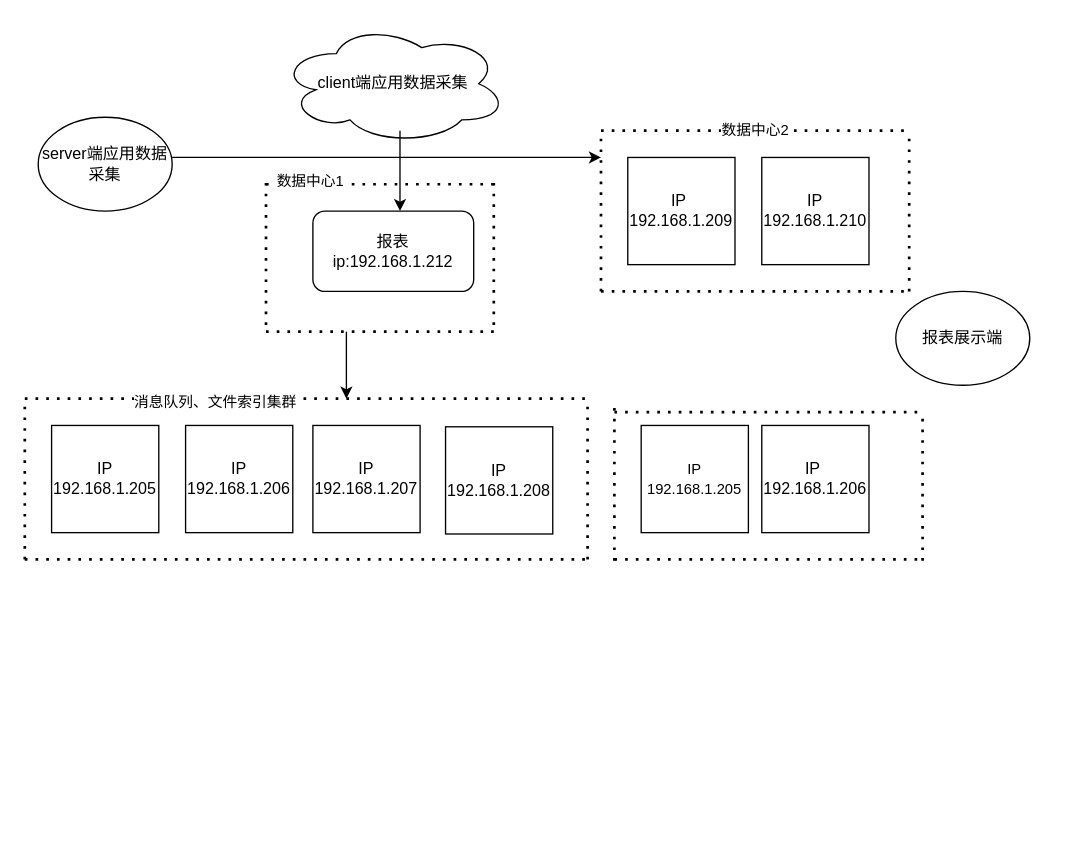
This is Untitled Diagram.drawio from zeng0550/free-programming-books, a draw.io file, before an edit. Source tidied: cells renumbered, new cells numbered last; positions are measured from the earlier drawing's top-left corner, leaving out a move shared by most shapes. Both pictures are drawn from the tidied source at 134%, with x=0, y=0 at pixel (24, 23).
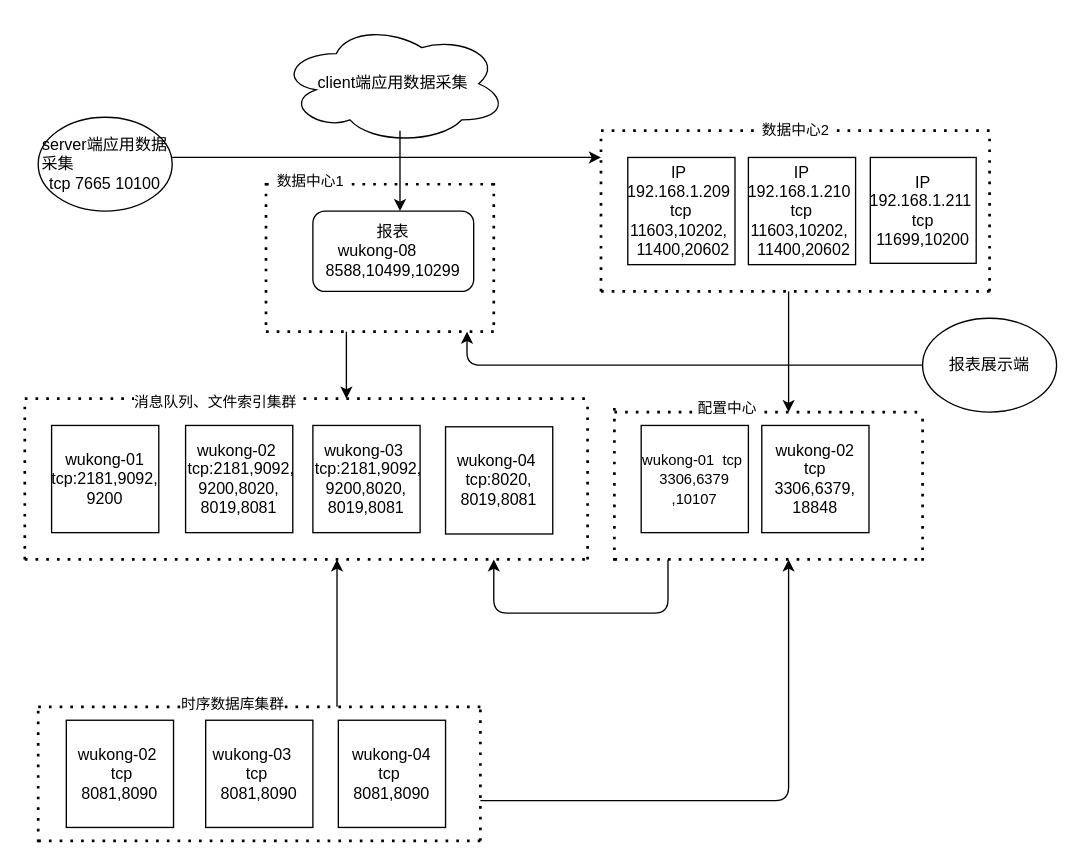
Above is the later version.

Unchanged cells that the change refers to:
```xml
<mxCell id="32" style="endArrow=none;dashed=1;html=1;dashPattern=1 3;strokeWidth=2;" parent="1" edge="1">
  <mxGeometry relative="1" as="geometry">
    <mxPoint x="440" y="290" as="sourcePoint" />
    <mxPoint x="670" y="290" as="targetPoint" />
  </mxGeometry>
</mxCell>
```

The edit, as a diff of the source:
```diff
@@
-    <mxCell id="4" value="报表&lt;br&gt;ip:192.168.1.212" style="rounded=1;whiteSpace=wrap;html=1;" parent="1" vertex="1">
+    <mxCell id="4" value="报表&lt;br&gt;wukong-08&amp;nbsp; &amp;nbsp; &amp;nbsp; &amp;nbsp; 8588,10499,10299" style="rounded=1;whiteSpace=wrap;html=1;" parent="1" vertex="1">
       <mxGeometry x="215" y="140" width="120" height="60" as="geometry" />
     </mxCell>
-    <mxCell id="5" value="server端应用数据采集" style="ellipse;whiteSpace=wrap;html=1;" parent="1" vertex="1">
+    <mxCell id="5" value="server端应用数据采集&amp;nbsp; &amp;nbsp; &amp;nbsp; &amp;nbsp; &amp;nbsp; &amp;nbsp; &amp;nbsp; &amp;nbsp; &amp;nbsp; &amp;nbsp; &amp;nbsp; tcp 7665 10100" style="ellipse;whiteSpace=wrap;html=1;" parent="1" vertex="1">
       <mxGeometry x="10" y="70" width="100" height="70" as="geometry" />
     </mxCell>
-    <mxCell id="6" value="IP&amp;nbsp; 192.168.1.209" style="whiteSpace=wrap;html=1;" parent="1" vertex="1">
+    <mxCell id="6" value="IP&amp;nbsp; 192.168.1.209&amp;nbsp; tcp 11603,10202,&amp;nbsp; &amp;nbsp;11400,20602" style="whiteSpace=wrap;html=1;" parent="1" vertex="1">
       <mxGeometry x="450" y="100" width="80" height="80" as="geometry" />
     </mxCell>
-    <mxCell id="7" value="IP 192.168.1.210" style="whiteSpace=wrap;html=1;" parent="1" vertex="1">
-      <mxGeometry x="550" y="100" width="80" height="80" as="geometry" />
+    <mxCell id="7" value="IP 192.168.1.210&amp;nbsp; tcp 11603,10202,&amp;nbsp; &amp;nbsp;11400,20602" style="whiteSpace=wrap;html=1;" parent="1" vertex="1">
+      <mxGeometry x="540" y="100" width="80" height="80" as="geometry" />
     </mxCell>
@@
     <mxCell id="9" value="数据中心2" style="endArrow=none;dashed=1;html=1;dashPattern=1 3;strokeWidth=2;" parent="1" edge="1">
       <mxGeometry relative="1" as="geometry">
         <mxPoint x="430" y="80" as="sourcePoint" />
-        <mxPoint x="660" y="80" as="targetPoint" />
+        <mxPoint x="720" y="80" as="targetPoint" />
       </mxGeometry>
     </mxCell>
     <mxCell id="10" style="endArrow=none;dashed=1;html=1;dashPattern=1 3;strokeWidth=2;" parent="1" edge="1">
       <mxGeometry relative="1" as="geometry">
         <mxPoint x="430" y="200" as="sourcePoint" />
-        <mxPoint x="660" y="200" as="targetPoint" />
+        <mxPoint x="720" y="200" as="targetPoint" />
       </mxGeometry>
     </mxCell>
     <mxCell id="11" style="endArrow=none;dashed=1;html=1;dashPattern=1 3;strokeWidth=2;" parent="1" edge="1">
       <mxGeometry relative="1" as="geometry">
-        <mxPoint x="660" y="200" as="sourcePoint" />
-        <mxPoint x="660" y="80" as="targetPoint" />
+        <mxPoint x="720" y="200" as="sourcePoint" />
+        <mxPoint x="720" y="80" as="targetPoint" />
       </mxGeometry>
     </mxCell>
@@
     <mxCell id="18" value="报表展示端" style="ellipse;whiteSpace=wrap;html=1;" parent="1" vertex="1">
-      <mxGeometry x="650" y="200" width="100" height="70" as="geometry" />
+      <mxGeometry x="670" y="220" width="100" height="70" as="geometry" />
     </mxCell>
-    <mxCell id="19" value="IP 192.168.1.205" style="whiteSpace=wrap;html=1;" parent="1" vertex="1">
+    <mxCell id="19" value="wukong-01 tcp:2181,9092, 9200" style="whiteSpace=wrap;html=1;" parent="1" vertex="1">
       <mxGeometry x="20" y="300" width="80" height="80" as="geometry" />
     </mxCell>
-    <mxCell id="20" value="&lt;span&gt;IP 192.168.1.206&lt;/span&gt;" style="whiteSpace=wrap;html=1;" parent="1" vertex="1">
+    <mxCell id="20" value="&lt;span&gt;wukong-02&amp;nbsp; &amp;nbsp;&lt;/span&gt;tcp:2181,9092, 9200,8020, 8019,8081" style="whiteSpace=wrap;html=1;" parent="1" vertex="1">
       <mxGeometry x="120" y="300" width="80" height="80" as="geometry" />
     </mxCell>
-    <mxCell id="21" value="&lt;span&gt;IP 192.168.1.207&lt;/span&gt;" style="whiteSpace=wrap;html=1;" parent="1" vertex="1">
+    <mxCell id="21" value="&lt;span&gt;wukong-03&amp;nbsp; &amp;nbsp;&lt;/span&gt;tcp:2181,9092, 9200,8020, 8019,8081" style="whiteSpace=wrap;html=1;" parent="1" vertex="1">
       <mxGeometry x="215" y="300" width="80" height="80" as="geometry" />
     </mxCell>
-    <mxCell id="22" value="&lt;span&gt;IP 192.168.1.208&lt;/span&gt;" style="whiteSpace=wrap;html=1;" parent="1" vertex="1">
+    <mxCell id="22" value="&lt;span&gt;wukong-04&amp;nbsp; tcp:&lt;/span&gt;8020, 8019,8081" style="whiteSpace=wrap;html=1;" parent="1" vertex="1">
       <mxGeometry x="314" y="301" width="80" height="80" as="geometry" />
     </mxCell>
@@
-    <mxCell id="29" value="&lt;font style=&quot;font-size: 11px ; line-height: 100%&quot;&gt;IP 192.168.1.205&lt;/font&gt;" style="whiteSpace=wrap;html=1;" parent="1" vertex="1">
+    <mxCell id="29" value="&lt;font style=&quot;font-size: 11px ; line-height: 100%&quot;&gt;wukong-01&amp;nbsp; tcp&amp;nbsp; 3306,6379 ,10107&lt;/font&gt;" style="whiteSpace=wrap;html=1;" parent="1" vertex="1">
       <mxGeometry x="460" y="300" width="80" height="80" as="geometry" />
     </mxCell>
-    <mxCell id="30" value="IP&amp;nbsp; 192.168.1.206" style="whiteSpace=wrap;html=1;" parent="1" vertex="1">
+    <mxCell id="30" value="wukong-02 tcp 3306,6379, 18848" style="whiteSpace=wrap;html=1;" parent="1" vertex="1">
       <mxGeometry x="550" y="300" width="80" height="80" as="geometry" />
     </mxCell>
@@
+    <mxCell id="35" value="配置中心" style="edgeLabel;html=1;align=center;verticalAlign=middle;" parent="32" vertex="1">
+      <mxGeometry x="-0.28" y="4" relative="1" as="geometry" />
+    </mxCell>
@@
+    <mxCell id="36" value="wukong-02&amp;nbsp; &amp;nbsp;tcp 8081,8090" style="whiteSpace=wrap;html=1;" parent="1" vertex="1">
+      <mxGeometry x="31" y="520" width="80" height="80" as="geometry" />
+    </mxCell>
+    <mxCell id="37" value="wukong-03&amp;nbsp; &amp;nbsp; tcp&amp;nbsp; 8081,8090" style="whiteSpace=wrap;html=1;" parent="1" vertex="1">
+      <mxGeometry x="135" y="520" width="80" height="80" as="geometry" />
+    </mxCell>
+    <mxCell id="38" value="wukong-04 tcp&amp;nbsp; 8081,8090" style="whiteSpace=wrap;html=1;" parent="1" vertex="1">
+      <mxGeometry x="234" y="520" width="80" height="80" as="geometry" />
+    </mxCell>
+    <mxCell id="39" style="endArrow=none;dashed=1;html=1;dashPattern=1 3;strokeWidth=2;" parent="1" edge="1">
+      <mxGeometry relative="1" as="geometry">
+        <mxPoint x="10" y="610" as="sourcePoint" />
+        <mxPoint x="340" y="610" as="targetPoint" />
+      </mxGeometry>
+    </mxCell>
+    <mxCell id="40" style="endArrow=none;dashed=1;html=1;dashPattern=1 3;strokeWidth=2;" parent="1" edge="1">
+      <mxGeometry relative="1" as="geometry">
+        <mxPoint x="10" y="510" as="sourcePoint" />
+        <mxPoint x="340" y="510" as="targetPoint" />
+      </mxGeometry>
+    </mxCell>
+    <mxCell id="41" value="时序数据库集群" style="edgeLabel;html=1;align=center;verticalAlign=middle;" parent="40" vertex="1">
+      <mxGeometry x="-0.13" y="3" relative="1" as="geometry" />
+    </mxCell>
+    <mxCell id="42" style="endArrow=none;dashed=1;html=1;dashPattern=1 3;strokeWidth=2;" parent="1" edge="1">
+      <mxGeometry relative="1" as="geometry">
+        <mxPoint x="10" y="611" as="sourcePoint" />
+        <mxPoint x="10" y="510" as="targetPoint" />
+      </mxGeometry>
+    </mxCell>
+    <mxCell id="43" style="endArrow=none;dashed=1;html=1;dashPattern=1 3;strokeWidth=2;" parent="1" edge="1">
+      <mxGeometry relative="1" as="geometry">
+        <mxPoint x="340" y="610" as="sourcePoint" />
+        <mxPoint x="340" y="510" as="targetPoint" />
+      </mxGeometry>
+    </mxCell>
+    <mxCell id="44" style="endArrow=classic;html=1;" parent="1" edge="1">
+      <mxGeometry relative="1" as="geometry">
+        <mxPoint x="233" y="510" as="sourcePoint" />
+        <mxPoint x="233" y="400" as="targetPoint" />
+      </mxGeometry>
+    </mxCell>
+    <mxCell id="45" style="endArrow=classic;html=1;" parent="1" edge="1">
+      <mxGeometry relative="1" as="geometry">
+        <mxPoint x="340" y="580" as="sourcePoint" />
+        <mxPoint x="570" y="400" as="targetPoint" />
+        <Array as="points">
+          <mxPoint x="570" y="580" />
+        </Array>
+      </mxGeometry>
+    </mxCell>
+    <mxCell id="46" style="endArrow=classic;html=1;exitX=0;exitY=0.5;exitDx=0;exitDy=0;" parent="1" edge="1" source="18">
+      <mxGeometry relative="1" as="geometry">
+        <mxPoint x="330" y="230" as="targetPoint" />
+        <Array as="points">
+          <mxPoint x="330" y="255" />
+        </Array>
+      </mxGeometry>
+    </mxCell>
+    <mxCell id="47" style="endArrow=classic;html=1;" parent="1" edge="1">
+      <mxGeometry relative="1" as="geometry">
+        <mxPoint x="570" y="200" as="sourcePoint" />
+        <mxPoint x="570" y="290" as="targetPoint" />
+      </mxGeometry>
+    </mxCell>
+    <mxCell id="48" style="endArrow=classic;html=1;" parent="1" edge="1">
+      <mxGeometry relative="1" as="geometry">
+        <mxPoint x="480" y="400" as="sourcePoint" />
+        <mxPoint x="350" y="400" as="targetPoint" />
+        <Array as="points">
+          <mxPoint x="480" y="440" />
+          <mxPoint x="350" y="440" />
+        </Array>
+      </mxGeometry>
+    </mxCell>
+    <mxCell id="49" value="IP 192.168.1.211&amp;nbsp; tcp 11699,10200" style="whiteSpace=wrap;html=1;" parent="1" vertex="1">
+      <mxGeometry x="631" y="100" width="79" height="79" as="geometry" />
+    </mxCell>
```
